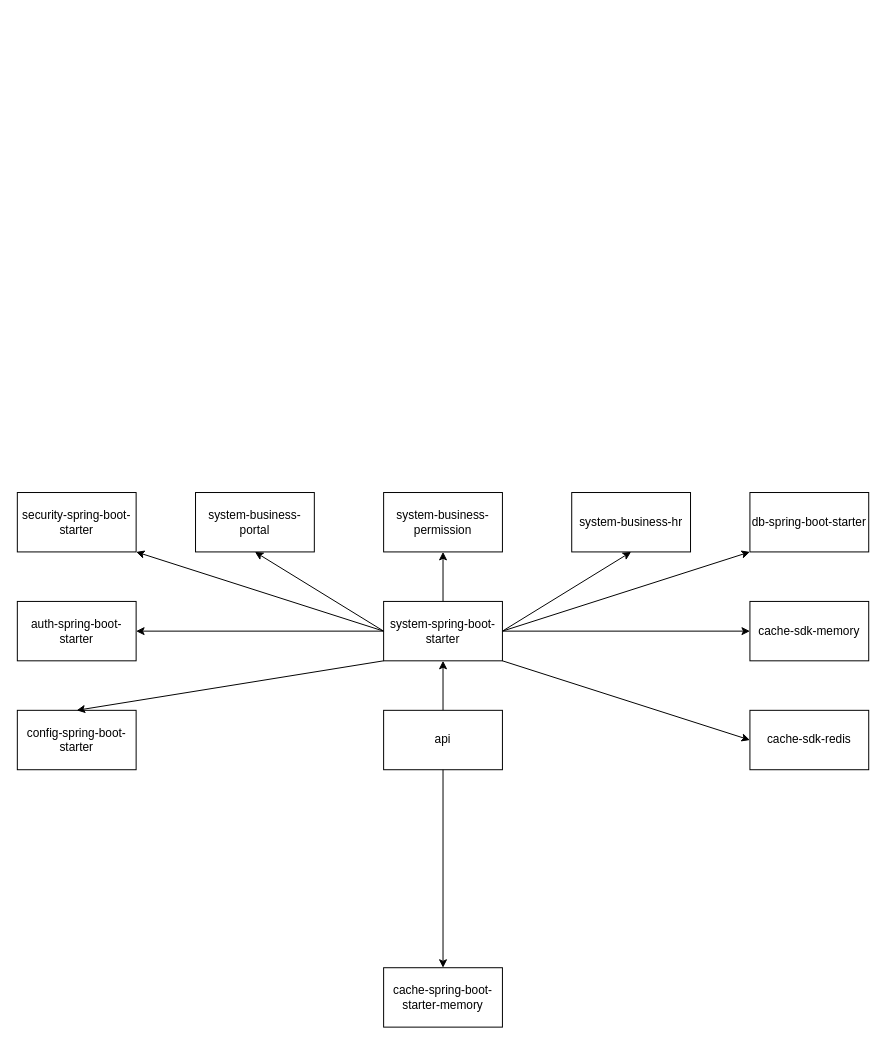
This is Untitled Diagram.drawio from juktllgonpt/kaori-system, a draw.io file, before an edit. Source tidied: cells renumbered, new cells numbered last; positions are measured from the earlier drawing's top-left corner, leaving out a move shared by most shapes. Both pictures are drawn from the tidied source at 99%, with x=0, y=0 at pixel (17, 492).
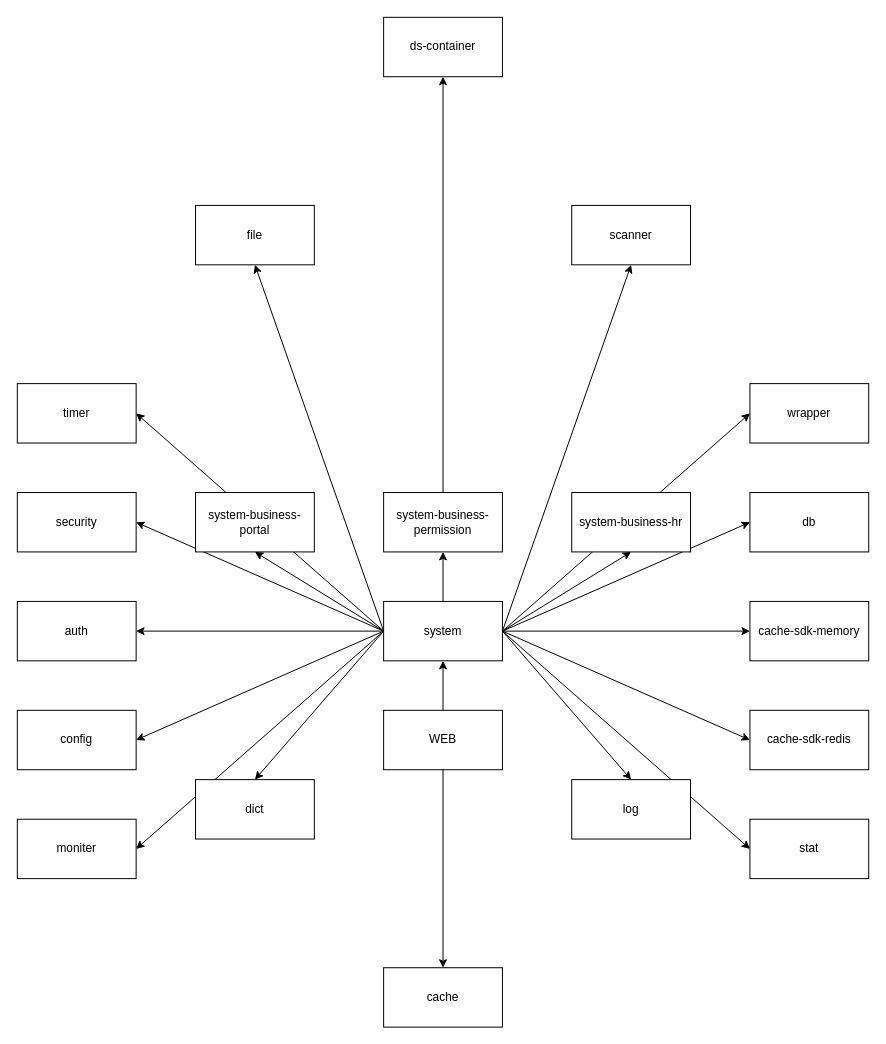
After the change.

The change refers to these unchanged cells:
```xml
<mxCell id="9" value="system-business-permission" style="rounded=0;whiteSpace=wrap;html=1;" parent="1" vertex="1">
  <mxGeometry x="370" width="120" height="60" as="geometry" />
</mxCell>
<mxCell id="14" value="cache-sdk-redis" style="rounded=0;whiteSpace=wrap;html=1;" parent="1" vertex="1">
  <mxGeometry x="740" y="220" width="120" height="60" as="geometry" />
</mxCell>
```

What changed in the source:
```diff
@@
+    <mxCell id="22" style="endArrow=classic;html=1;rounded=0;exitX=0;exitY=0.5;exitDx=0;exitDy=0;entryX=1;entryY=0.5;entryDx=0;entryDy=0;" parent="1" edge="1" source="4" target="21">
+      <mxGeometry relative="1" as="geometry" />
+    </mxCell>
+    <mxCell id="24" style="endArrow=classic;html=1;rounded=0;entryX=0;entryY=0.5;entryDx=0;entryDy=0;" parent="1" edge="1" target="23">
+      <mxGeometry relative="1" as="geometry">
+        <mxPoint x="490" y="140" as="sourcePoint" />
+      </mxGeometry>
+    </mxCell>
+    <mxCell id="25" style="endArrow=classic;html=1;rounded=0;entryX=1;entryY=0.5;entryDx=0;entryDy=0;" parent="1" edge="1" target="38">
+      <mxGeometry relative="1" as="geometry">
+        <mxPoint x="370" y="140" as="sourcePoint" />
+      </mxGeometry>
+    </mxCell>
+    <mxCell id="26" style="endArrow=classic;html=1;rounded=0;entryX=0;entryY=0.5;entryDx=0;entryDy=0;exitX=1;exitY=0.5;exitDx=0;exitDy=0;" parent="1" edge="1" source="4" target="39">
+      <mxGeometry relative="1" as="geometry" />
+    </mxCell>
+    <mxCell id="27" style="endArrow=classic;html=1;rounded=0;exitX=0;exitY=0.5;exitDx=0;exitDy=0;entryX=1;entryY=0.5;entryDx=0;entryDy=0;" parent="1" edge="1" source="4" target="36">
+      <mxGeometry relative="1" as="geometry" />
+    </mxCell>
+    <mxCell id="28" style="endArrow=classic;html=1;rounded=0;entryX=0;entryY=0.5;entryDx=0;entryDy=0;" parent="1" edge="1" target="37">
+      <mxGeometry relative="1" as="geometry">
+        <mxPoint x="490" y="140" as="sourcePoint" />
+      </mxGeometry>
+    </mxCell>
@@
-    <mxCell id="4" value="system-spring-boot-starter" style="rounded=0;whiteSpace=wrap;html=1;" parent="1" vertex="1">
+    <mxCell id="4" value="system" style="rounded=0;whiteSpace=wrap;html=1;" parent="1" vertex="1">
       <mxGeometry x="370" y="110" width="120" height="60" as="geometry" />
     </mxCell>
@@
-    <mxCell id="6" value="api" style="rounded=0;whiteSpace=wrap;html=1;" parent="1" vertex="1">
+    <mxCell id="6" value="WEB" style="rounded=0;whiteSpace=wrap;html=1;" parent="1" vertex="1">
       <mxGeometry x="370" y="220" width="120" height="60" as="geometry" />
     </mxCell>
-    <mxCell id="7" value="cache-spring-boot-starter-memory" style="rounded=0;whiteSpace=wrap;html=1;" parent="1" vertex="1">
+    <mxCell id="7" value="cache" style="rounded=0;whiteSpace=wrap;html=1;" parent="1" vertex="1">
       <mxGeometry x="370" y="480" width="120" height="60" as="geometry" />
     </mxCell>
@@
-    <mxCell id="16" style="endArrow=classic;html=1;rounded=0;exitX=1;exitY=1;exitDx=0;exitDy=0;entryX=0;entryY=0.5;entryDx=0;entryDy=0;" parent="1" edge="1" source="4" target="14">
+    <mxCell id="16" style="endArrow=classic;html=1;rounded=0;exitX=1;exitY=0.5;exitDx=0;exitDy=0;entryX=0;entryY=0.5;entryDx=0;entryDy=0;" parent="1" edge="1" source="4" target="14">
       <mxGeometry relative="1" as="geometry" />
     </mxCell>
-    <mxCell id="17" value="config-spring-boot-starter" style="rounded=0;whiteSpace=wrap;html=1;" parent="1" vertex="1">
+    <mxCell id="17" value="config" style="rounded=0;whiteSpace=wrap;html=1;" parent="1" vertex="1">
       <mxGeometry y="220" width="120" height="60" as="geometry" />
     </mxCell>
-    <mxCell id="18" style="endArrow=classic;html=1;rounded=0;exitX=0;exitY=1;exitDx=0;exitDy=0;entryX=0.5;entryY=0;entryDx=0;entryDy=0;" parent="1" edge="1" source="4" target="17">
+    <mxCell id="18" style="endArrow=classic;html=1;rounded=0;exitX=0;exitY=0.5;exitDx=0;exitDy=0;entryX=1;entryY=0.5;entryDx=0;entryDy=0;" parent="1" edge="1" source="4" target="17">
       <mxGeometry relative="1" as="geometry" />
     </mxCell>
-    <mxCell id="19" value="auth-spring-boot-starter" style="rounded=0;whiteSpace=wrap;html=1;" parent="1" vertex="1">
+    <mxCell id="19" value="auth" style="rounded=0;whiteSpace=wrap;html=1;" parent="1" vertex="1">
       <mxGeometry y="110" width="120" height="60" as="geometry" />
     </mxCell>
@@
-    <mxCell id="21" value="security-spring-boot-starter" style="rounded=0;whiteSpace=wrap;html=1;" parent="1" vertex="1">
+    <mxCell id="21" value="security" style="rounded=0;whiteSpace=wrap;html=1;" parent="1" vertex="1">
       <mxGeometry width="120" height="60" as="geometry" />
     </mxCell>
-    <mxCell id="22" style="endArrow=classic;html=1;rounded=0;exitX=0;exitY=0.5;exitDx=0;exitDy=0;entryX=1;entryY=1;entryDx=0;entryDy=0;" parent="1" edge="1" source="4" target="21">
-      <mxGeometry relative="1" as="geometry" />
-    </mxCell>
-    <mxCell id="23" value="db-spring-boot-starter" style="rounded=0;whiteSpace=wrap;html=1;" parent="1" vertex="1">
+    <mxCell id="23" value="db" style="rounded=0;whiteSpace=wrap;html=1;" parent="1" vertex="1">
       <mxGeometry x="740" width="120" height="60" as="geometry" />
     </mxCell>
-    <mxCell id="24" style="endArrow=classic;html=1;rounded=0;entryX=0;entryY=1;entryDx=0;entryDy=0;" parent="1" edge="1" target="23">
-      <mxGeometry relative="1" as="geometry">
-        <mxPoint x="490" y="140" as="sourcePoint" />
-      </mxGeometry>
-    </mxCell>
+    <mxCell id="29" value="file" style="rounded=0;whiteSpace=wrap;html=1;" parent="1" vertex="1">
+      <mxGeometry x="180" y="-290" width="120" height="60" as="geometry" />
+    </mxCell>
+    <mxCell id="30" style="endArrow=classic;html=1;rounded=0;exitX=0;exitY=0.5;exitDx=0;exitDy=0;entryX=0.5;entryY=1;entryDx=0;entryDy=0;" parent="1" edge="1" source="4" target="29">
+      <mxGeometry relative="1" as="geometry" />
+    </mxCell>
+    <mxCell id="31" value="scanner" style="rounded=0;whiteSpace=wrap;html=1;" parent="1" vertex="1">
+      <mxGeometry x="560" y="-290" width="120" height="60" as="geometry" />
+    </mxCell>
+    <mxCell id="32" style="endArrow=classic;html=1;rounded=0;exitX=1;exitY=0.5;exitDx=0;exitDy=0;entryX=0.5;entryY=1;entryDx=0;entryDy=0;" parent="1" edge="1" source="4" target="31">
+      <mxGeometry relative="1" as="geometry" />
+    </mxCell>
+    <mxCell id="33" value="dict" style="rounded=0;whiteSpace=wrap;html=1;" parent="1" vertex="1">
+      <mxGeometry x="180" y="290" width="120" height="60" as="geometry" />
+    </mxCell>
+    <mxCell id="34" style="endArrow=classic;html=1;rounded=0;entryX=0.5;entryY=0;entryDx=0;entryDy=0;exitX=0;exitY=0.5;exitDx=0;exitDy=0;" parent="1" edge="1" source="4" target="33">
+      <mxGeometry relative="1" as="geometry" />
+    </mxCell>
+    <mxCell id="35" value="log" style="rounded=0;whiteSpace=wrap;html=1;" parent="1" vertex="1">
+      <mxGeometry x="560" y="290" width="120" height="60" as="geometry" />
+    </mxCell>
+    <mxCell id="36" value="timer" style="rounded=0;whiteSpace=wrap;html=1;" parent="1" vertex="1">
+      <mxGeometry y="-110" width="120" height="60" as="geometry" />
+    </mxCell>
+    <mxCell id="37" value="wrapper" style="rounded=0;whiteSpace=wrap;html=1;" parent="1" vertex="1">
+      <mxGeometry x="740" y="-110" width="120" height="60" as="geometry" />
+    </mxCell>
+    <mxCell id="38" value="moniter" style="rounded=0;whiteSpace=wrap;html=1;" parent="1" vertex="1">
+      <mxGeometry y="330" width="120" height="60" as="geometry" />
+    </mxCell>
+    <mxCell id="39" value="stat" style="rounded=0;whiteSpace=wrap;html=1;" parent="1" vertex="1">
+      <mxGeometry x="740" y="330" width="120" height="60" as="geometry" />
+    </mxCell>
+    <mxCell id="40" style="endArrow=classic;html=1;rounded=0;exitX=1;exitY=0.5;exitDx=0;exitDy=0;entryX=0.5;entryY=0;entryDx=0;entryDy=0;" parent="1" edge="1" source="4" target="35">
+      <mxGeometry relative="1" as="geometry" />
+    </mxCell>
+    <mxCell id="41" value="ds-container" style="rounded=0;whiteSpace=wrap;html=1;" parent="1" vertex="1">
+      <mxGeometry x="370" y="-480" width="120" height="60" as="geometry" />
+    </mxCell>
+    <mxCell id="42" style="endArrow=classic;html=1;rounded=0;exitX=0.5;exitY=0;exitDx=0;exitDy=0;entryX=0.5;entryY=1;entryDx=0;entryDy=0;" parent="1" edge="1" source="9" target="41">
+      <mxGeometry relative="1" as="geometry" />
+    </mxCell>
```
